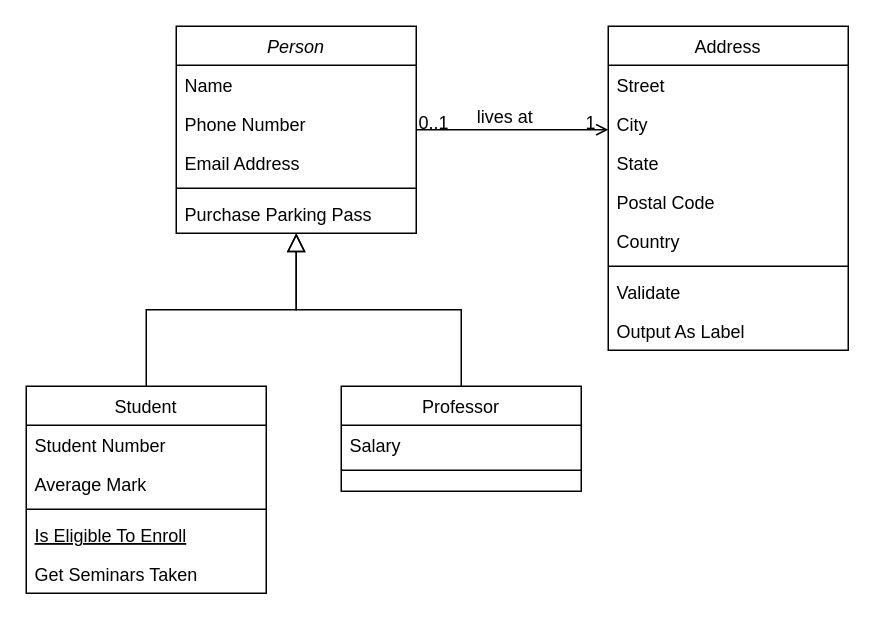
Above: Untitled Diagram.drawio in VictoriaJ4/VictoriaJ4 (draw.io), before the change. Source tidied: cells renumbered, new cells numbered last; positions are measured from the earlier drawing's top-left corner, leaving out a move shared by most shapes. Both pictures are drawn from the tidied source at 150%, with x=0, y=0 at pixel (26, 26).
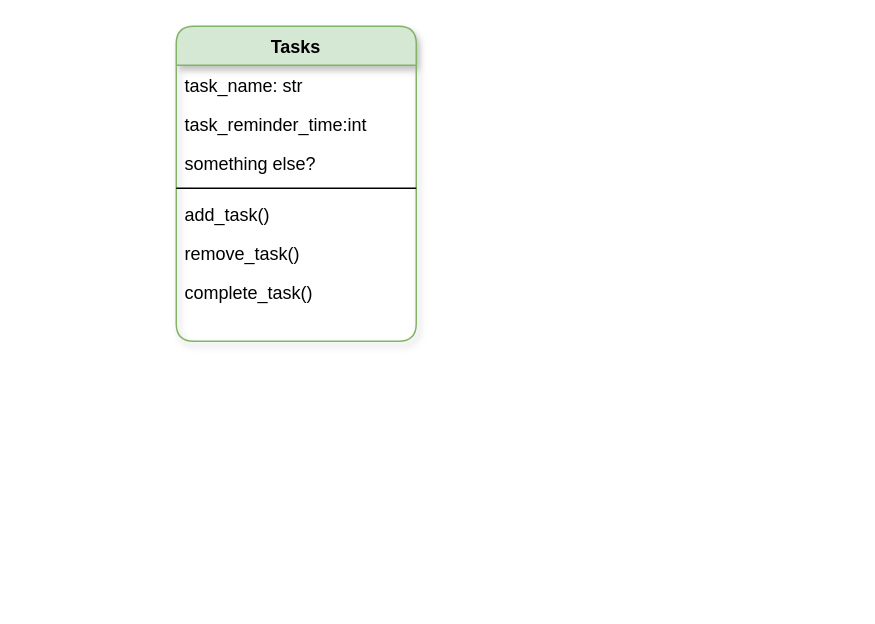
After the change.

What changed in the source:
```diff
@@
-    <mxCell id="2" value="Person" style="swimlane;fontStyle=2;align=center;verticalAlign=top;horizontal=1;startSize=26;rounded=0;shadow=0;strokeWidth=1;" parent="1" vertex="1">
-      <mxGeometry x="100" width="160" height="138" as="geometry" />
+    <mxCell id="2" value="Tasks" style="swimlane;fontStyle=1;align=center;verticalAlign=top;horizontal=1;startSize=26;rounded=1;shadow=1;strokeWidth=1;fillColor=#d5e8d4;strokeColor=#82b366;" parent="1" vertex="1">
+      <mxGeometry x="100" width="160" height="210" as="geometry" />
     </mxCell>
-    <mxCell id="3" value="Name" style="text;align=left;verticalAlign=top;spacingLeft=4;spacingRight=4;overflow=hidden;" parent="2" vertex="1">
+    <mxCell id="3" value="task_name: str" style="text;align=left;verticalAlign=top;spacingLeft=4;spacingRight=4;overflow=hidden;" parent="2" vertex="1">
       <mxGeometry y="26" width="160" height="26" as="geometry" />
     </mxCell>
-    <mxCell id="4" value="Phone Number" style="text;align=left;verticalAlign=top;spacingLeft=4;spacingRight=4;overflow=hidden;rounded=0;shadow=0;html=0;" parent="2" vertex="1">
+    <mxCell id="4" value="task_reminder_time:int" style="text;align=left;verticalAlign=top;spacingLeft=4;spacingRight=4;overflow=hidden;rounded=0;shadow=0;html=0;" parent="2" vertex="1">
       <mxGeometry y="52" width="160" height="26" as="geometry" />
     </mxCell>
-    <mxCell id="5" value="Email Address" style="text;align=left;verticalAlign=top;spacingLeft=4;spacingRight=4;overflow=hidden;rounded=0;shadow=0;html=0;" parent="2" vertex="1">
+    <mxCell id="5" value="something else?" style="text;align=left;verticalAlign=top;spacingLeft=4;spacingRight=4;overflow=hidden;rounded=0;shadow=0;html=0;" parent="2" vertex="1">
       <mxGeometry y="78" width="160" height="26" as="geometry" />
     </mxCell>
@@
-    <mxCell id="7" value="Purchase Parking Pass" style="text;align=left;verticalAlign=top;spacingLeft=4;spacingRight=4;overflow=hidden;" parent="2" vertex="1">
+    <mxCell id="7" value="add_task()" style="text;align=left;verticalAlign=top;spacingLeft=4;spacingRight=4;overflow=hidden;" parent="2" vertex="1">
       <mxGeometry y="112" width="160" height="26" as="geometry" />
     </mxCell>
-    <mxCell id="8" value="Student" style="swimlane;fontStyle=0;align=center;verticalAlign=top;horizontal=1;startSize=26;rounded=0;shadow=0;strokeWidth=1;" parent="1" vertex="1">
-      <mxGeometry y="240" width="160" height="138" as="geometry" />
-    </mxCell>
-    <mxCell id="9" value="Student Number" style="text;align=left;verticalAlign=top;spacingLeft=4;spacingRight=4;overflow=hidden;" parent="8" vertex="1">
-      <mxGeometry y="26" width="160" height="26" as="geometry" />
-    </mxCell>
-    <mxCell id="10" value="Average Mark" style="text;align=left;verticalAlign=top;spacingLeft=4;spacingRight=4;overflow=hidden;rounded=0;shadow=0;html=0;" parent="8" vertex="1">
-      <mxGeometry y="52" width="160" height="26" as="geometry" />
-    </mxCell>
-    <mxCell id="11" style="line;html=1;strokeWidth=1;align=left;verticalAlign=middle;spacingTop=-1;spacingLeft=3;spacingRight=3;labelPosition=right;" parent="8" vertex="1">
-      <mxGeometry y="78" width="160" height="8" as="geometry" />
-    </mxCell>
-    <mxCell id="12" value="Is Eligible To Enroll" style="text;align=left;verticalAlign=top;spacingLeft=4;spacingRight=4;overflow=hidden;fontStyle=4;" parent="8" vertex="1">
-      <mxGeometry y="86" width="160" height="26" as="geometry" />
-    </mxCell>
-    <mxCell id="13" value="Get Seminars Taken" style="text;align=left;verticalAlign=top;spacingLeft=4;spacingRight=4;overflow=hidden;" parent="8" vertex="1">
-      <mxGeometry y="112" width="160" height="26" as="geometry" />
-    </mxCell>
-    <mxCell id="14" style="endArrow=block;endSize=10;endFill=0;shadow=0;strokeWidth=1;rounded=0;curved=0;edgeStyle=elbowEdgeStyle;elbow=vertical;" parent="1" edge="1" source="8" target="2">
-      <mxGeometry relative="1" as="geometry" />
-    </mxCell>
-    <mxCell id="15" value="Professor" style="swimlane;fontStyle=0;align=center;verticalAlign=top;horizontal=1;startSize=26;rounded=0;shadow=0;strokeWidth=1;" parent="1" vertex="1">
-      <mxGeometry x="210" y="240" width="160" height="70" as="geometry" />
-    </mxCell>
-    <mxCell id="16" value="Salary" style="text;align=left;verticalAlign=top;spacingLeft=4;spacingRight=4;overflow=hidden;" parent="15" vertex="1">
-      <mxGeometry y="26" width="160" height="26" as="geometry" />
-    </mxCell>
-    <mxCell id="17" style="line;html=1;strokeWidth=1;align=left;verticalAlign=middle;spacingTop=-1;spacingLeft=3;spacingRight=3;labelPosition=right;" parent="15" vertex="1">
-      <mxGeometry y="52" width="160" height="8" as="geometry" />
-    </mxCell>
-    <mxCell id="18" style="endArrow=block;endSize=10;endFill=0;shadow=0;strokeWidth=1;rounded=0;curved=0;edgeStyle=elbowEdgeStyle;elbow=vertical;" parent="1" edge="1" source="15" target="2">
-      <mxGeometry relative="1" as="geometry" />
-    </mxCell>
-    <mxCell id="19" value="Address" style="swimlane;fontStyle=0;align=center;verticalAlign=top;horizontal=1;startSize=26;rounded=0;shadow=0;strokeWidth=1;" parent="1" vertex="1">
-      <mxGeometry x="388" width="160" height="216" as="geometry" />
-    </mxCell>
-    <mxCell id="20" value="Street" style="text;align=left;verticalAlign=top;spacingLeft=4;spacingRight=4;overflow=hidden;" parent="19" vertex="1">
-      <mxGeometry y="26" width="160" height="26" as="geometry" />
-    </mxCell>
-    <mxCell id="21" value="City" style="text;align=left;verticalAlign=top;spacingLeft=4;spacingRight=4;overflow=hidden;rounded=0;shadow=0;html=0;" parent="19" vertex="1">
-      <mxGeometry y="52" width="160" height="26" as="geometry" />
-    </mxCell>
-    <mxCell id="22" value="State" style="text;align=left;verticalAlign=top;spacingLeft=4;spacingRight=4;overflow=hidden;rounded=0;shadow=0;html=0;" parent="19" vertex="1">
-      <mxGeometry y="78" width="160" height="26" as="geometry" />
-    </mxCell>
-    <mxCell id="23" value="Postal Code" style="text;align=left;verticalAlign=top;spacingLeft=4;spacingRight=4;overflow=hidden;rounded=0;shadow=0;html=0;" parent="19" vertex="1">
-      <mxGeometry y="104" width="160" height="26" as="geometry" />
-    </mxCell>
-    <mxCell id="24" value="Country" style="text;align=left;verticalAlign=top;spacingLeft=4;spacingRight=4;overflow=hidden;rounded=0;shadow=0;html=0;" parent="19" vertex="1">
-      <mxGeometry y="130" width="160" height="26" as="geometry" />
-    </mxCell>
-    <mxCell id="25" style="line;html=1;strokeWidth=1;align=left;verticalAlign=middle;spacingTop=-1;spacingLeft=3;spacingRight=3;labelPosition=right;" parent="19" vertex="1">
-      <mxGeometry y="156" width="160" height="8" as="geometry" />
-    </mxCell>
-    <mxCell id="26" value="Validate" style="text;align=left;verticalAlign=top;spacingLeft=4;spacingRight=4;overflow=hidden;" parent="19" vertex="1">
-      <mxGeometry y="164" width="160" height="26" as="geometry" />
-    </mxCell>
-    <mxCell id="27" value="Output As Label" style="text;align=left;verticalAlign=top;spacingLeft=4;spacingRight=4;overflow=hidden;" parent="19" vertex="1">
-      <mxGeometry y="190" width="160" height="26" as="geometry" />
-    </mxCell>
-    <mxCell id="28" style="endArrow=open;shadow=0;strokeWidth=1;rounded=0;curved=0;endFill=1;edgeStyle=elbowEdgeStyle;elbow=vertical;" parent="1" edge="1" source="2" target="19">
-      <mxGeometry x="0.5" y="41" relative="1" as="geometry">
-        <mxPoint x="-40" y="32" as="offset" />
-      </mxGeometry>
-    </mxCell>
-    <mxCell id="29" value="0..1" style="align=left;verticalAlign=bottom;labelBackgroundColor=none;fontSize=12;" parent="28" vertex="1">
-      <mxGeometry x="-1" relative="1" as="geometry">
-        <mxPoint y="4" as="offset" />
-      </mxGeometry>
-    </mxCell>
-    <mxCell id="30" value="1" style="align=right;verticalAlign=bottom;labelBackgroundColor=none;fontSize=12;" parent="28" vertex="1">
-      <mxGeometry x="1" relative="1" as="geometry">
-        <mxPoint x="-7" y="4" as="offset" />
-      </mxGeometry>
-    </mxCell>
-    <mxCell id="31" value="lives at" style="text;html=1;align=center;verticalAlign=middle;labelBackgroundColor=none;rounded=0;shadow=0;strokeWidth=1;fontSize=12;" parent="28" vertex="1">
-      <mxGeometry x="0.5" y="49" relative="1" as="geometry">
-        <mxPoint x="-38" y="40" as="offset" />
-      </mxGeometry>
-    </mxCell>
+    <mxCell id="32" value="remove_task()" style="text;align=left;verticalAlign=top;spacingLeft=4;spacingRight=4;overflow=hidden;" parent="2" vertex="1">
+      <mxGeometry y="138" width="160" height="26" as="geometry" />
+    </mxCell>
+    <mxCell id="33" value="complete_task()" style="text;align=left;verticalAlign=top;spacingLeft=4;spacingRight=4;overflow=hidden;" parent="2" vertex="1">
+      <mxGeometry y="164" width="160" height="26" as="geometry" />
+    </mxCell>
```
